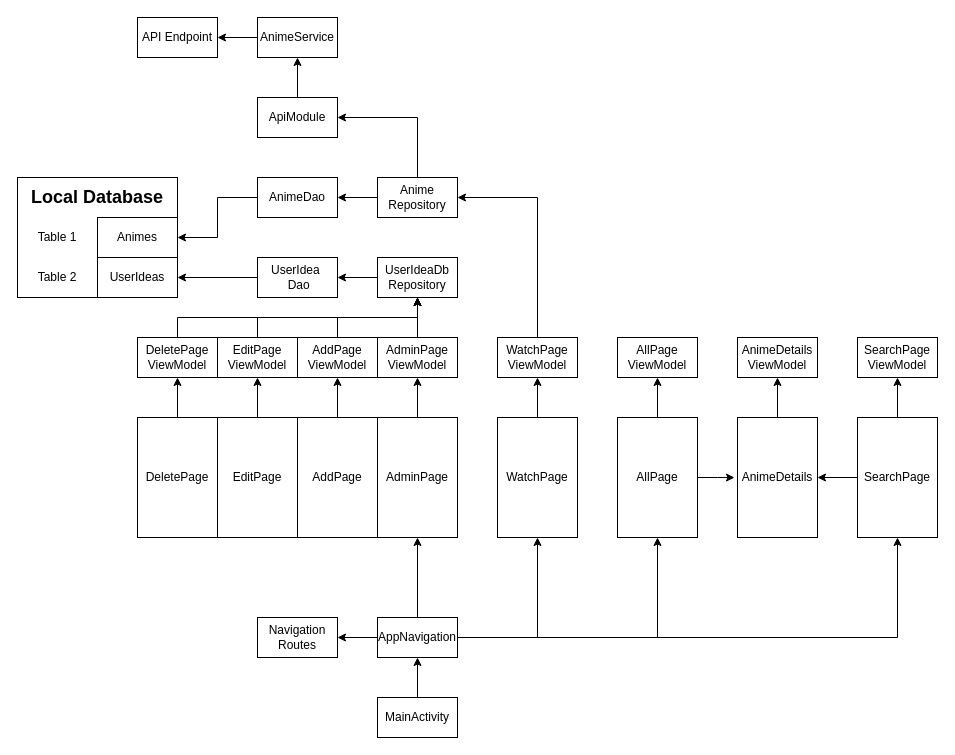
KremMannen/AnimeDatabase keeps this draw.io diagram as Diagram.drawio. Above is the earlier version. Source tidied: cells renumbered, new cells numbered last; positions are measured from the earlier drawing's top-left corner, leaving out a move shared by most shapes. Both pictures are drawn from the tidied source at 100%, with x=0, y=0 at pixel (17, 17).
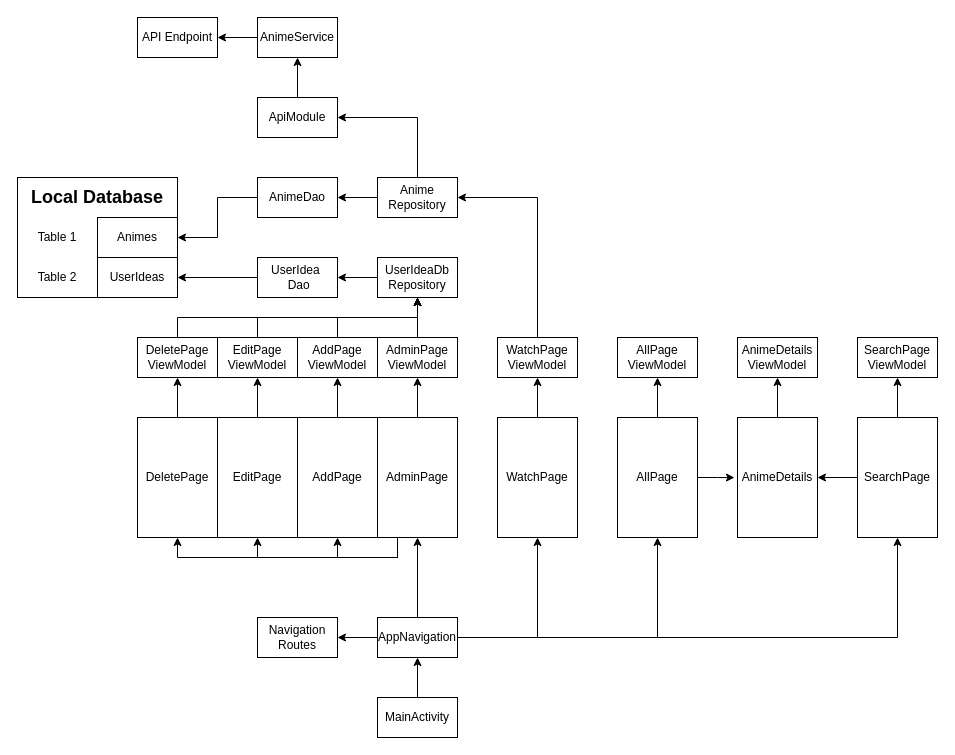
The same page after the edit.

Unchanged cells that the change refers to:
```xml
<mxCell id="26" value="AdminPage" style="rounded=0;whiteSpace=wrap;html=1;" parent="1" vertex="1">
  <mxGeometry x="360" y="400" width="80" height="120" as="geometry" />
</mxCell>
<mxCell id="28" value="AddPage" style="rounded=0;whiteSpace=wrap;html=1;" parent="1" vertex="1">
  <mxGeometry x="280" y="400" width="80" height="120" as="geometry" />
</mxCell>
<mxCell id="30" value="EditPage" style="rounded=0;whiteSpace=wrap;html=1;" parent="1" vertex="1">
  <mxGeometry x="200" y="400" width="80" height="120" as="geometry" />
</mxCell>
<mxCell id="32" value="DeletePage" style="rounded=0;whiteSpace=wrap;html=1;" parent="1" vertex="1">
  <mxGeometry x="120" y="400" width="80" height="120" as="geometry" />
</mxCell>
```

Change to the diagram source:
```diff
@@
+    <mxCell id="62" style="edgeStyle=orthogonalEdgeStyle;rounded=0;jettySize=auto;html=1;entryX=0.5;entryY=1;entryDx=0;entryDy=0;" parent="1" edge="1" source="26" target="28">
+      <mxGeometry relative="1" as="geometry">
+        <Array as="points">
+          <mxPoint x="380" y="540" />
+          <mxPoint x="320" y="540" />
+        </Array>
+      </mxGeometry>
+    </mxCell>
+    <mxCell id="63" style="edgeStyle=orthogonalEdgeStyle;rounded=0;jettySize=auto;html=1;entryX=0.5;entryY=1;entryDx=0;entryDy=0;" parent="1" edge="1" source="26" target="30">
+      <mxGeometry relative="1" as="geometry">
+        <Array as="points">
+          <mxPoint x="380" y="540" />
+          <mxPoint x="240" y="540" />
+        </Array>
+      </mxGeometry>
+    </mxCell>
+    <mxCell id="64" style="edgeStyle=orthogonalEdgeStyle;rounded=0;jettySize=auto;html=1;entryX=0.5;entryY=1;entryDx=0;entryDy=0;" parent="1" edge="1" source="26" target="32">
+      <mxGeometry relative="1" as="geometry">
+        <Array as="points">
+          <mxPoint x="380" y="540" />
+          <mxPoint x="160" y="540" />
+        </Array>
+      </mxGeometry>
+    </mxCell>
```
